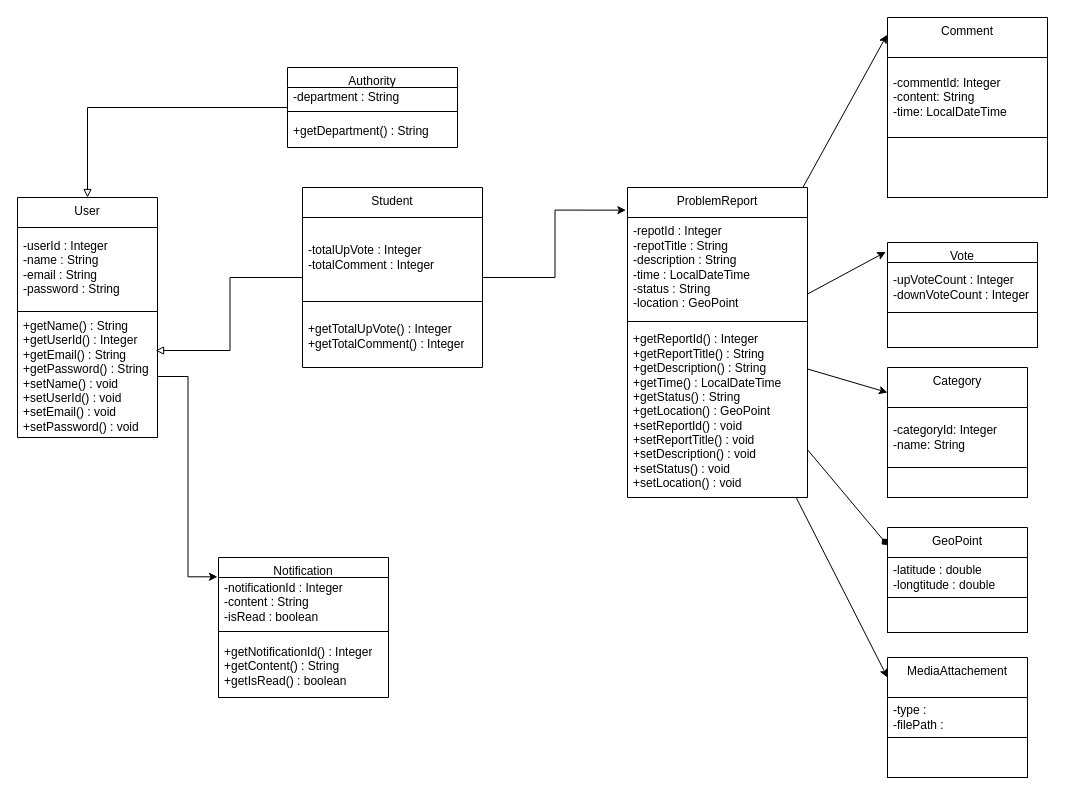
Before: Untitled Diagram.drawio in hayatikocur/Student-Communication-and-Reporting-Network, a draw.io diagram. Source tidied: cells renumbered, new cells numbered last; positions are measured from the earlier drawing's top-left corner, leaving out a move shared by most shapes. Both pictures are drawn from the tidied source at 100%, with x=0, y=0 at pixel (17, 17).
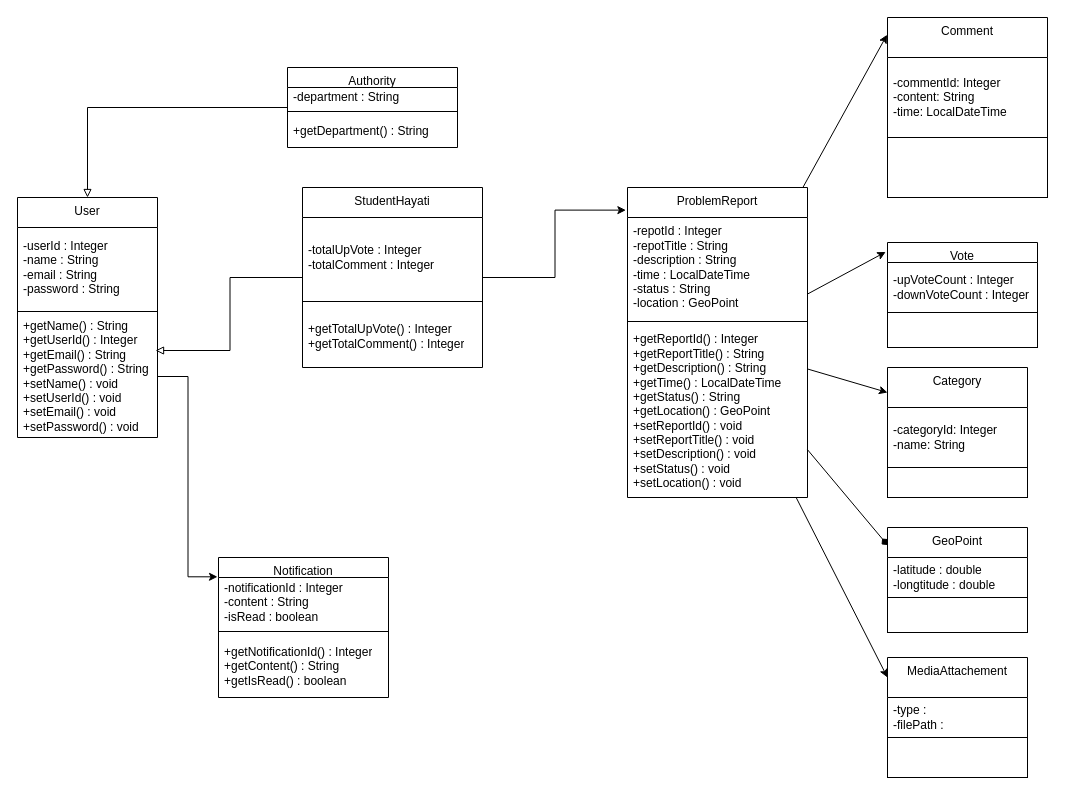
The same diagram, later.

Commit message:
Güncelleme Mert Untitled Diagram.drawio

The edit, as a diff of the source:
```diff
@@
-    <mxCell id="11" value="Student" style="swimlane;fontStyle=0;align=center;verticalAlign=top;horizontal=1;startSize=30;html=1;whiteSpace=wrap;" parent="1" vertex="1">
+    <mxCell id="11" value="StudentHayati" style="swimlane;fontStyle=0;align=center;verticalAlign=top;horizontal=1;startSize=30;html=1;whiteSpace=wrap;" parent="1" vertex="1">
       <mxGeometry x="285" y="170" width="180" height="180" as="geometry" />
     </mxCell>
```
